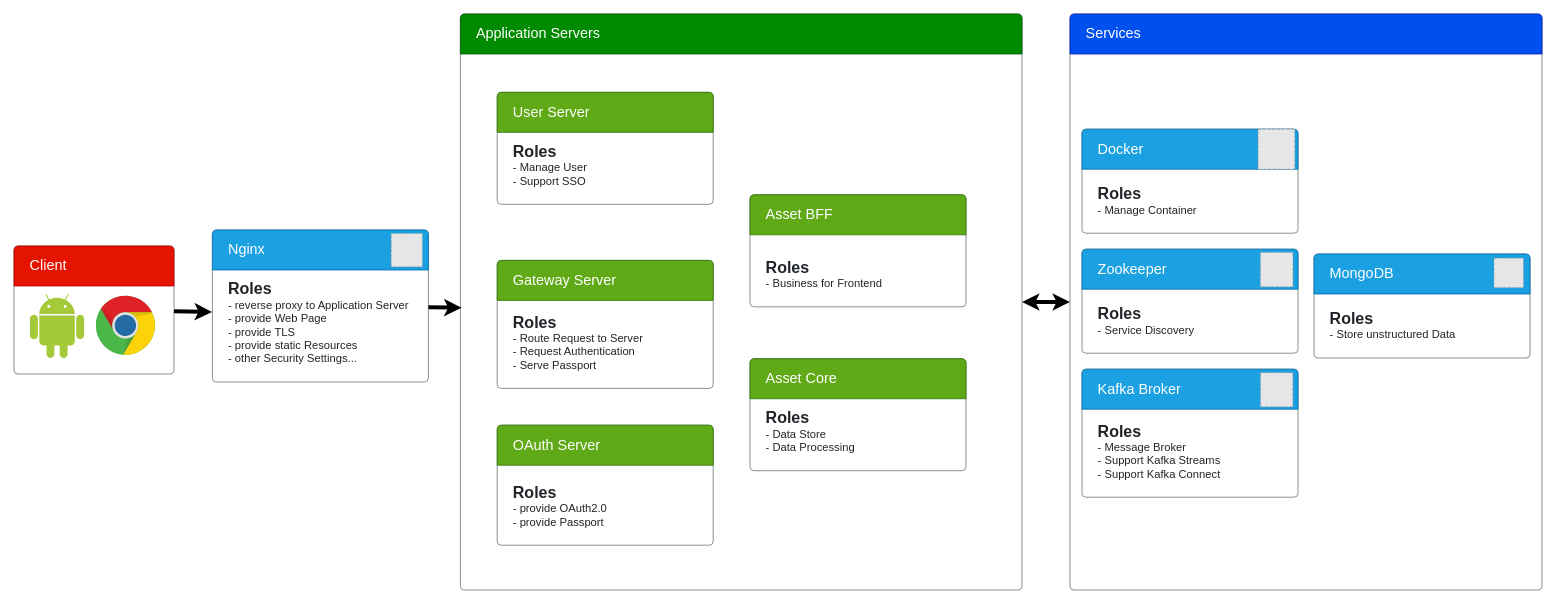
Before: Season2ProjectAssetManagement.drawio in p-bear/charts.draw.io, a draw.io diagram. Source tidied: cells renumbered, new cells numbered last; positions are measured from the earlier drawing's top-left corner, leaving out a move shared by most shapes. Both pictures are drawn from the tidied source at 80%, with x=0, y=0 at pixel (14, 14). Pictures stored in the file or linked from it are replaced by grey dashed boxes.
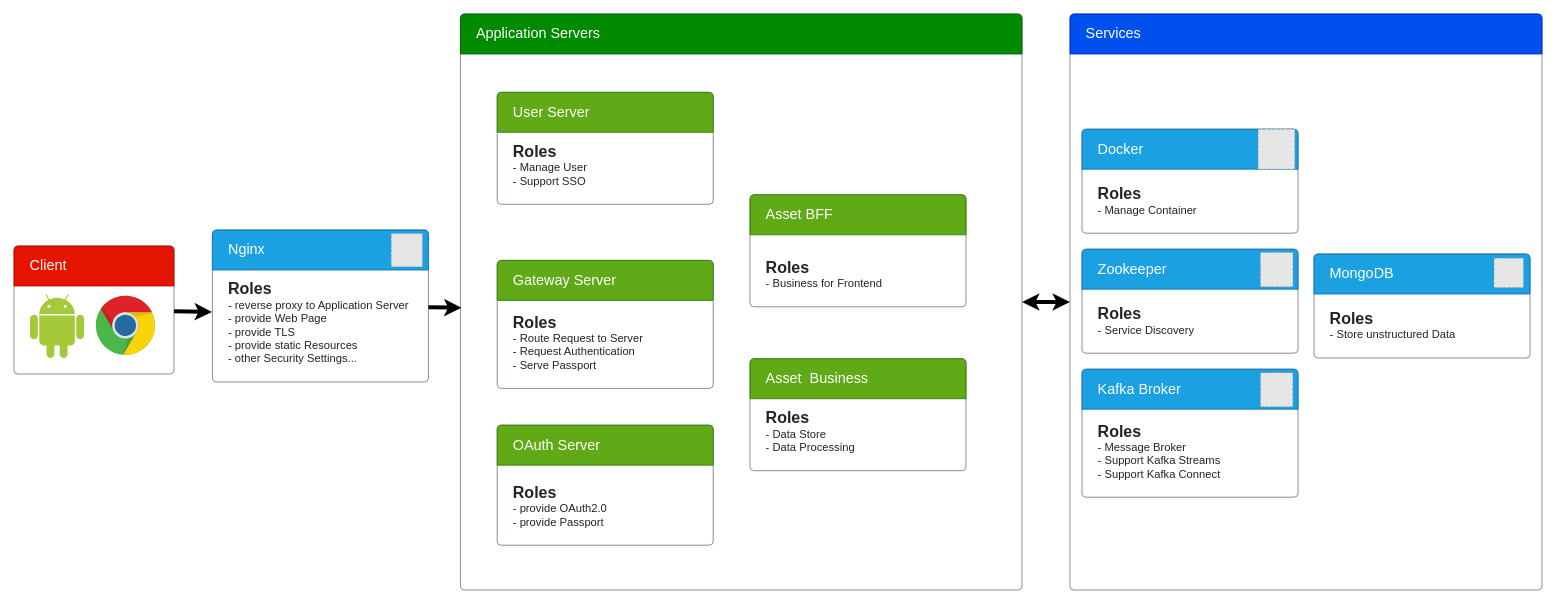
The same diagram, later.

Unchanged cells that the change refers to:
```xml
<mxCell id="25" value="&lt;span style=&quot;font-size: 20px;&quot;&gt;&lt;b&gt;Roles&lt;br&gt;&lt;/b&gt;&lt;/span&gt;- Data Store&lt;br&gt;&lt;div&gt;- Data Processing&lt;/div&gt;" style="html=1;shadow=0;dashed=0;shape=mxgraph.bootstrap.rrect;rSize=5;strokeColor=#6C767D;html=1;whiteSpace=wrap;fillColor=#ffffff;fontColor=#212529;verticalAlign=bottom;align=left;spacing=20;spacingBottom=0;fontSize=14;" parent="17" vertex="1">
  <mxGeometry x="362" y="430.9" width="270" height="140" as="geometry" />
</mxCell>
```

Diff of the diagram source:
```diff
@@
-    <mxCell id="26" value="Asset Core" style="html=1;shadow=0;dashed=0;shape=mxgraph.bootstrap.topButton;rSize=5;perimeter=none;whiteSpace=wrap;fillColor=#60a917;strokeColor=#2D7600;fontColor=#ffffff;fontSize=18;align=left;spacing=20;" parent="25" vertex="1">
+    <mxCell id="26" value="Asset&amp;nbsp; Business" style="html=1;shadow=0;dashed=0;shape=mxgraph.bootstrap.topButton;rSize=5;perimeter=none;whiteSpace=wrap;fillColor=#60a917;strokeColor=#2D7600;fontColor=#ffffff;fontSize=18;align=left;spacing=20;" parent="25" vertex="1">
       <mxGeometry width="270" height="50" relative="1" as="geometry" />
     </mxCell>
```
